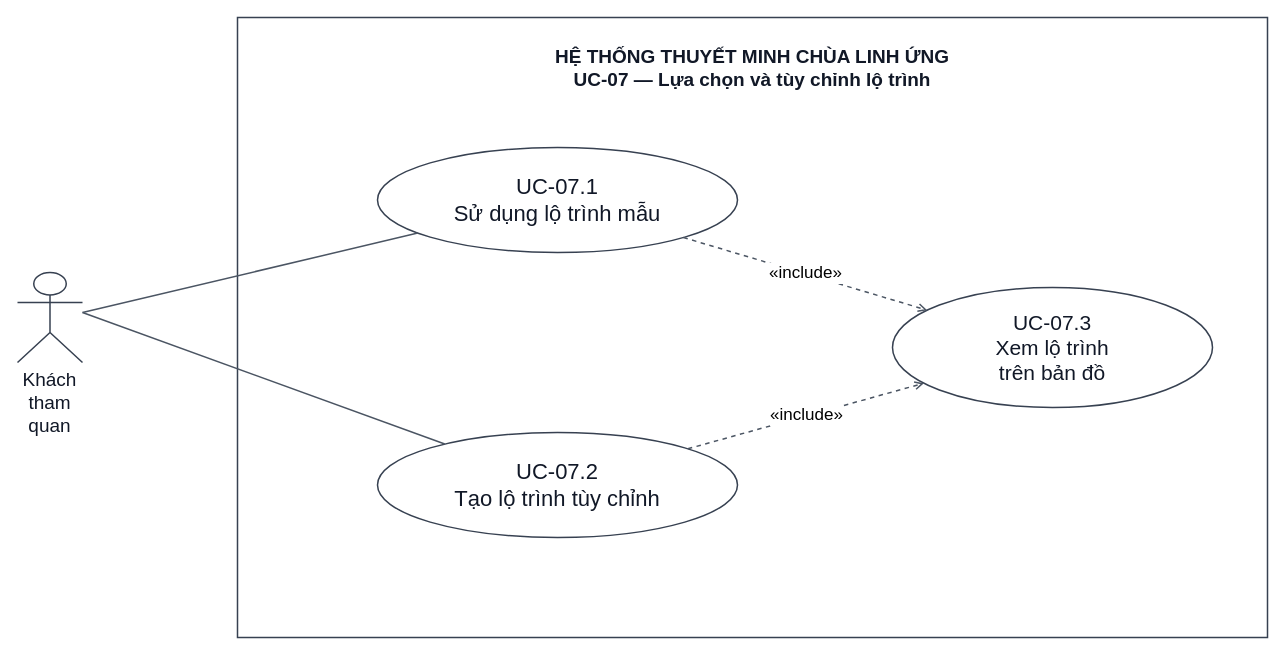
The draw.io diagram docs/diagram/use case/UC-07_Use-Case.drawio in Kazuken123/prj_sgu26_cnpm, before the edit. Source tidied: cells renumbered, new cells numbered last; positions are measured from the earlier drawing's top-left corner, leaving out a move shared by most shapes. Both pictures are drawn from the tidied source at 100%, with x=0, y=0 at pixel (17, 17).
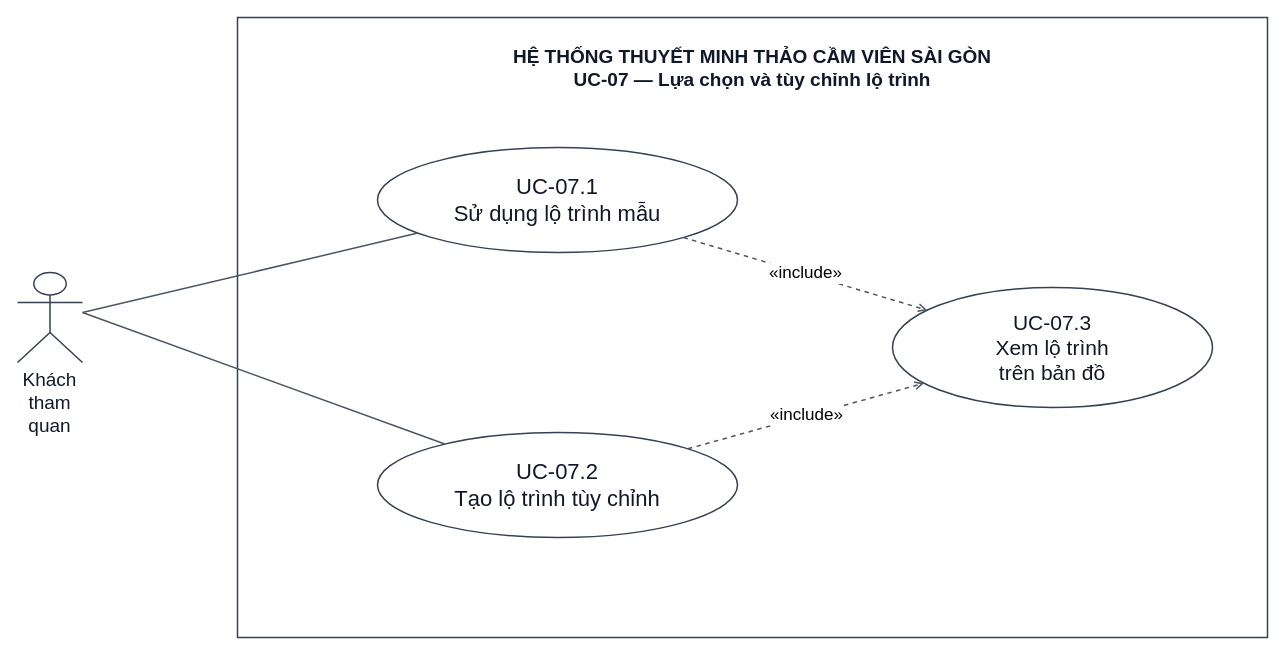
Above is the later version.

The edit, as a diff of the source:
```diff
@@
 <mxGraphModel>
   <root>
     <mxCell id="0" />
     <mxCell id="1" parent="0" />
-    <mxCell id="2" value="HỆ THỐNG THUYẾT MINH CHÙA LINH ỨNG&lt;br&gt;UC-07 — Lựa chọn và tùy chỉnh lộ trình" style="html=1;whiteSpace=wrap;fontFamily=Arial;fontSize=19;fontColor=#111827;strokeColor=#374151;fillColor=#FFFFFF;strokeWidth=1.5;rounded=0;verticalAlign=top;spacingTop=22;fontStyle=1;fillColor=none;" parent="1" vertex="1">
+    <mxCell id="2" value="HỆ THỐNG THUYẾT MINH THẢO CẦM VIÊN SÀI GÒN&lt;br&gt;UC-07 — Lựa chọn và tùy chỉnh lộ trình" style="html=1;whiteSpace=wrap;fontFamily=Arial;fontSize=19;fontColor=#111827;strokeColor=#374151;fillColor=#FFFFFF;strokeWidth=1.5;rounded=0;verticalAlign=top;spacingTop=22;fontStyle=1;fillColor=none;" parent="1" vertex="1">
       <mxGeometry x="220" width="1030" height="620" as="geometry" />
     </mxCell>
     <mxCell id="3" value="Khách tham quan" style="html=1;whiteSpace=wrap;fontFamily=Arial;fontSize=19;fontColor=#111827;strokeColor=#374151;fillColor=#FFFFFF;strokeWidth=1.5;shape=umlActor;verticalLabelPosition=bottom;verticalAlign=top;" parent="1" vertex="1">
       <mxGeometry y="255" width="65" height="90" as="geometry" />
     </mxCell>
     <mxCell id="4" value="UC-07.1&lt;br&gt;Sử dụng lộ trình mẫu" style="html=1;whiteSpace=wrap;fontFamily=Arial;fontSize=22;fontColor=#111827;strokeColor=#374151;fillColor=#FFFFFF;strokeWidth=1.5;ellipse;" parent="1" vertex="1">
       <mxGeometry x="360" y="130" width="360" height="105" as="geometry" />
     </mxCell>
     <mxCell id="5" value="UC-07.2&lt;br&gt;Tạo lộ trình tùy chỉnh" style="html=1;whiteSpace=wrap;fontFamily=Arial;fontSize=22;fontColor=#111827;strokeColor=#374151;fillColor=#FFFFFF;strokeWidth=1.5;ellipse;" parent="1" vertex="1">
       <mxGeometry x="360" y="415" width="360" height="105" as="geometry" />
     </mxCell>
     <mxCell id="6" value="UC-07.3&lt;br&gt;Xem lộ trình&lt;br&gt;trên bản đồ" style="html=1;whiteSpace=wrap;fontFamily=Arial;fontSize=21;fontColor=#111827;strokeColor=#374151;fillColor=#FFFFFF;strokeWidth=1.5;ellipse;" parent="1" vertex="1">
       <mxGeometry x="875" y="270" width="320" height="120" as="geometry" />
     </mxCell>
     <mxCell id="7" style="html=1;rounded=0;endArrow=none;endFill=1;strokeColor=#4B5563;strokeWidth=1.5;fontFamily=Arial;fontSize=17;exitX=1.0;exitY=0.4444444444444444;exitPerimeter=0;entryX=0.1118537470071399;entryY=0.815186431001721;entryPerimeter=0;" parent="1" edge="1" source="3" target="4">
       <mxGeometry relative="1" as="geometry" />
     </mxCell>
     <mxCell id="8" style="html=1;rounded=0;endArrow=none;endFill=1;strokeColor=#4B5563;strokeWidth=1.5;fontFamily=Arial;fontSize=17;exitX=1.0;exitY=0.4444444444444444;exitPerimeter=0;entryX=0.18690662966111485;entryY=0.11016344264571888;entryPerimeter=0;" parent="1" edge="1" source="3" target="5">
       <mxGeometry relative="1" as="geometry" />
     </mxCell>
     <mxCell id="9" value="«include»" style="html=1;rounded=0;endArrow=open;endFill=0;strokeColor=#4B5563;strokeWidth=1.5;fontFamily=Arial;fontSize=17;exitX=0.8497479767876086;exitY=0.8573182793154788;exitPerimeter=0;entryX=0.1085389904864666;entryY=0.18894007324850529;entryPerimeter=0;dashed=1;" parent="1" edge="1" source="4" target="6">
       <mxGeometry relative="1" as="geometry" />
     </mxCell>
     <mxCell id="10" value="«include»" style="html=1;rounded=0;endArrow=open;endFill=0;strokeColor=#4B5563;strokeWidth=1.5;fontFamily=Arial;fontSize=17;exitX=0.8620689655172413;exitY=0.15517241379310354;exitPerimeter=0;entryX=0.09822140332762715;entryY=0.7976137753128687;entryPerimeter=0;dashed=1;" parent="1" edge="1" source="5" target="6">
       <mxGeometry relative="1" as="geometry" />
     </mxCell>
   </root>
 </mxGraphModel>
```
